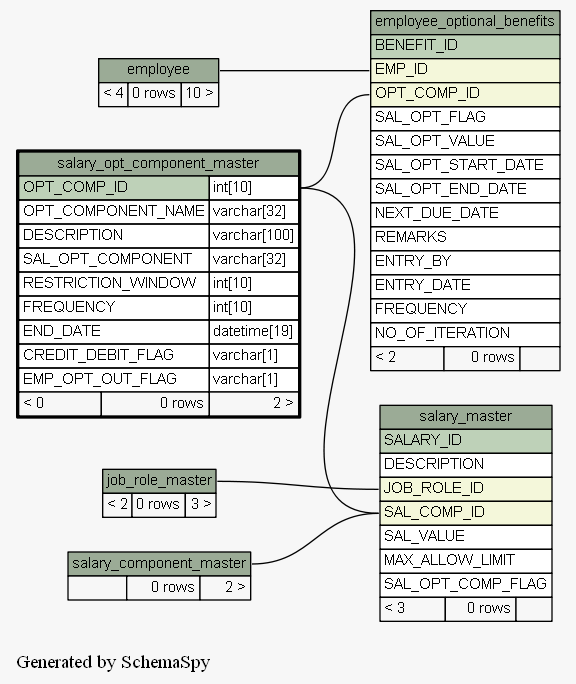
engineerscraft/hrms keeps this Graphviz diagram as docs/database/schemaspy/graphs/salary_opt_component_master.2degrees.png. Above is the earlier version. Its source is kept beside it as docs/database/schemaspy/graphs/salary_opt_component_master.2degrees.dot. Its diagram source:
```dot
digraph "twoDegreesRelationshipsGraph" {
  graph [
    rankdir="RL"
    bgcolor="#f7f7f7"
    label="\nGenerated by SchemaSpy"
    labeljust="l"
  ];
  node [
    fontname="Helvetica"
    fontsize="11"
    shape="plaintext"
  ];
  edge [
    arrowsize="0.8"
  ];
  "employee_optional_benefits":"EMP_ID":w -> "employee":"employee.heading":e [arrowtail=crowodot arrowhead=none];
  "employee_optional_benefits":"OPT_COMP_ID":w -> "salary_opt_component_master":"OPT_COMP_ID.type":e [arrowtail=crowodot arrowhead=none];
  "salary_master":"JOB_ROLE_ID":w -> "job_role_master":"job_role_master.heading":e [arrowtail=crowtee arrowhead=none];
  "salary_master":"SAL_COMP_ID":w -> "salary_component_master":"salary_component_master.heading":e [arrowtail=crowtee arrowhead=none];
  "salary_master":"SAL_COMP_ID":w -> "salary_opt_component_master":"OPT_COMP_ID.type":e [arrowtail=crowtee arrowhead=none];
  "employee" [
    label=<
    <TABLE BORDER="0" CELLBORDER="1" CELLSPACING="0" BGCOLOR="#ffffff">
      <TR><TD PORT="employee.heading" COLSPAN="3" BGCOLOR="#9bab96" ALIGN="CENTER">employee</TD></TR>
      <TR><TD ALIGN="LEFT" BGCOLOR="#f7f7f7">&lt; 4</TD><TD ALIGN="RIGHT" BGCOLOR="#f7f7f7">0 rows</TD><TD ALIGN="RIGHT" BGCOLOR="#f7f7f7">10 &gt;</TD></TR>
    </TABLE>>
    URL="employee.html#graph"
    tooltip="employee"
  ];
  "employee_optional_benefits" [
    label=<
    <TABLE BORDER="0" CELLBORDER="1" CELLSPACING="0" BGCOLOR="#ffffff">
      <TR><TD PORT="employee_optional_benefits.heading" COLSPAN="3" BGCOLOR="#9bab96" ALIGN="CENTER">employee_optional_benefits</TD></TR>
      <TR><TD PORT="BENEFIT_ID" COLSPAN="3" BGCOLOR="#bed1b8" ALIGN="LEFT">BENEFIT_ID</TD></TR>
      <TR><TD PORT="EMP_ID" COLSPAN="3" BGCOLOR="#f4f7da" ALIGN="LEFT">EMP_ID</TD></TR>
      <TR><TD PORT="OPT_COMP_ID" COLSPAN="3" BGCOLOR="#f4f7da" ALIGN="LEFT">OPT_COMP_ID</TD></TR>
      <TR><TD PORT="SAL_OPT_FLAG" COLSPAN="3" ALIGN="LEFT">SAL_OPT_FLAG</TD></TR>
      <TR><TD PORT="SAL_OPT_VALUE" COLSPAN="3" ALIGN="LEFT">SAL_OPT_VALUE</TD></TR>
      <TR><TD PORT="SAL_OPT_START_DATE" COLSPAN="3" ALIGN="LEFT">SAL_OPT_START_DATE</TD></TR>
      <TR><TD PORT="SAL_OPT_END_DATE" COLSPAN="3" ALIGN="LEFT">SAL_OPT_END_DATE</TD></TR>
      <TR><TD PORT="NEXT_DUE_DATE" COLSPAN="3" ALIGN="LEFT">NEXT_DUE_DATE</TD></TR>
      <TR><TD PORT="REMARKS" COLSPAN="3" ALIGN="LEFT">REMARKS</TD></TR>
      <TR><TD PORT="ENTRY_BY" COLSPAN="3" ALIGN="LEFT">ENTRY_BY</TD></TR>
      <TR><TD PORT="ENTRY_DATE" COLSPAN="3" ALIGN="LEFT">ENTRY_DATE</TD></TR>
      <TR><TD PORT="FREQUENCY" COLSPAN="3" ALIGN="LEFT">FREQUENCY</TD></TR>
      <TR><TD PORT="NO_OF_ITERATION" COLSPAN="3" ALIGN="LEFT">NO_OF_ITERATION</TD></TR>
      <TR><TD ALIGN="LEFT" BGCOLOR="#f7f7f7">&lt; 2</TD><TD ALIGN="RIGHT" BGCOLOR="#f7f7f7">0 rows</TD><TD ALIGN="RIGHT" BGCOLOR="#f7f7f7">  </TD></TR>
    </TABLE>>
    URL="employee_optional_benefits.html#graph"
    tooltip="employee_optional_benefits"
  ];
  "job_role_master" [
    label=<
    <TABLE BORDER="0" CELLBORDER="1" CELLSPACING="0" BGCOLOR="#ffffff">
      <TR><TD PORT="job_role_master.heading" COLSPAN="3" BGCOLOR="#9bab96" ALIGN="CENTER">job_role_master</TD></TR>
      <TR><TD ALIGN="LEFT" BGCOLOR="#f7f7f7">&lt; 2</TD><TD ALIGN="RIGHT" BGCOLOR="#f7f7f7">0 rows</TD><TD ALIGN="RIGHT" BGCOLOR="#f7f7f7">3 &gt;</TD></TR>
    </TABLE>>
    URL="job_role_master.html#graph"
    tooltip="job_role_master"
  ];
  "salary_component_master" [
    label=<
    <TABLE BORDER="0" CELLBORDER="1" CELLSPACING="0" BGCOLOR="#ffffff">
      <TR><TD PORT="salary_component_master.heading" COLSPAN="3" BGCOLOR="#9bab96" ALIGN="CENTER">salary_component_master</TD></TR>
      <TR><TD ALIGN="LEFT" BGCOLOR="#f7f7f7">  </TD><TD ALIGN="RIGHT" BGCOLOR="#f7f7f7">0 rows</TD><TD ALIGN="RIGHT" BGCOLOR="#f7f7f7">2 &gt;</TD></TR>
    </TABLE>>
    URL="salary_component_master.html#graph"
    tooltip="salary_component_master"
  ];
  "salary_master" [
    label=<
    <TABLE BORDER="0" CELLBORDER="1" CELLSPACING="0" BGCOLOR="#ffffff">
      <TR><TD PORT="salary_master.heading" COLSPAN="3" BGCOLOR="#9bab96" ALIGN="CENTER">salary_master</TD></TR>
      <TR><TD PORT="SALARY_ID" COLSPAN="3" BGCOLOR="#bed1b8" ALIGN="LEFT">SALARY_ID</TD></TR>
      <TR><TD PORT="DESCRIPTION" COLSPAN="3" ALIGN="LEFT">DESCRIPTION</TD></TR>
      <TR><TD PORT="JOB_ROLE_ID" COLSPAN="3" BGCOLOR="#f4f7da" ALIGN="LEFT">JOB_ROLE_ID</TD></TR>
      <TR><TD PORT="SAL_COMP_ID" COLSPAN="3" BGCOLOR="#f4f7da" ALIGN="LEFT">SAL_COMP_ID</TD></TR>
      <TR><TD PORT="SAL_VALUE" COLSPAN="3" ALIGN="LEFT">SAL_VALUE</TD></TR>
      <TR><TD PORT="MAX_ALLOW_LIMIT" COLSPAN="3" ALIGN="LEFT">MAX_ALLOW_LIMIT</TD></TR>
      <TR><TD PORT="SAL_OPT_COMP_FLAG" COLSPAN="3" ALIGN="LEFT">SAL_OPT_COMP_FLAG</TD></TR>
      <TR><TD ALIGN="LEFT" BGCOLOR="#f7f7f7">&lt; 3</TD><TD ALIGN="RIGHT" BGCOLOR="#f7f7f7">0 rows</TD><TD ALIGN="RIGHT" BGCOLOR="#f7f7f7">  </TD></TR>
    </TABLE>>
    URL="salary_master.html#graph"
    tooltip="salary_master"
  ];
  "salary_opt_component_master" [
    label=<
    <TABLE BORDER="2" CELLBORDER="1" CELLSPACING="0" BGCOLOR="#ffffff">
      <TR><TD PORT="salary_opt_component_master.heading" COLSPAN="3" BGCOLOR="#9bab96" ALIGN="CENTER">salary_opt_component_master</TD></TR>
      <TR><TD PORT="OPT_COMP_ID" COLSPAN="2" BGCOLOR="#bed1b8" ALIGN="LEFT">OPT_COMP_ID</TD><TD PORT="OPT_COMP_ID.type" ALIGN="LEFT">int[10]</TD></TR>
      <TR><TD PORT="OPT_COMPONENT_NAME" COLSPAN="2" ALIGN="LEFT">OPT_COMPONENT_NAME</TD><TD PORT="OPT_COMPONENT_NAME.type" ALIGN="LEFT">varchar[32]</TD></TR>
      <TR><TD PORT="DESCRIPTION" COLSPAN="2" ALIGN="LEFT">DESCRIPTION</TD><TD PORT="DESCRIPTION.type" ALIGN="LEFT">varchar[100]</TD></TR>
      <TR><TD PORT="SAL_OPT_COMPONENT" COLSPAN="2" ALIGN="LEFT">SAL_OPT_COMPONENT</TD><TD PORT="SAL_OPT_COMPONENT.type" ALIGN="LEFT">varchar[32]</TD></TR>
      <TR><TD PORT="RESTRICTION_WINDOW" COLSPAN="2" ALIGN="LEFT">RESTRICTION_WINDOW</TD><TD PORT="RESTRICTION_WINDOW.type" ALIGN="LEFT">int[10]</TD></TR>
      <TR><TD PORT="FREQUENCY" COLSPAN="2" ALIGN="LEFT">FREQUENCY</TD><TD PORT="FREQUENCY.type" ALIGN="LEFT">int[10]</TD></TR>
      <TR><TD PORT="END_DATE" COLSPAN="2" ALIGN="LEFT">END_DATE</TD><TD PORT="END_DATE.type" ALIGN="LEFT">datetime[19]</TD></TR>
      <TR><TD PORT="CREDIT_DEBIT_FLAG" COLSPAN="2" ALIGN="LEFT">CREDIT_DEBIT_FLAG</TD><TD PORT="CREDIT_DEBIT_FLAG.type" ALIGN="LEFT">varchar[1]</TD></TR>
      <TR><TD PORT="EMP_OPT_OUT_FLAG" COLSPAN="2" ALIGN="LEFT">EMP_OPT_OUT_FLAG</TD><TD PORT="EMP_OPT_OUT_FLAG.type" ALIGN="LEFT">varchar[1]</TD></TR>
      <TR><TD ALIGN="LEFT" BGCOLOR="#f7f7f7">&lt; 0</TD><TD ALIGN="RIGHT" BGCOLOR="#f7f7f7">0 rows</TD><TD ALIGN="RIGHT" BGCOLOR="#f7f7f7">2 &gt;</TD></TR>
    </TABLE>>
    URL="salary_opt_component_master.html#"
    tooltip="salary_opt_component_master"
  ];
}
```
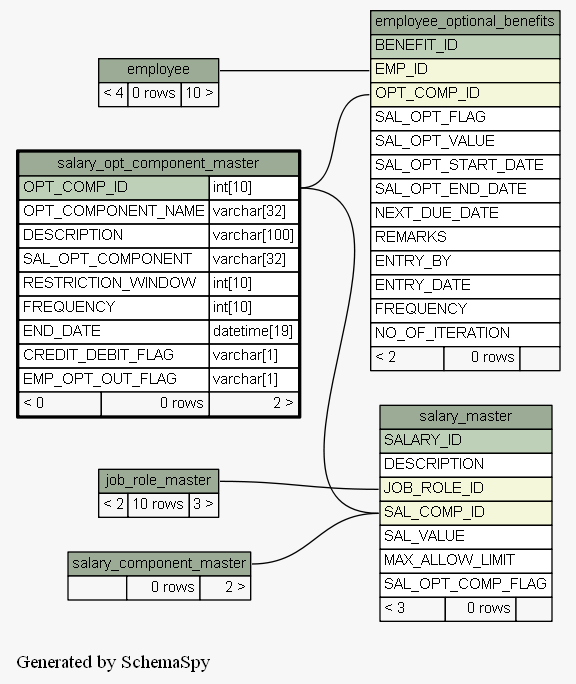
After the change.

Diff of the diagram source:
```diff
@@ -53,7 +53,7 @@
     label=<
     <TABLE BORDER="0" CELLBORDER="1" CELLSPACING="0" BGCOLOR="#ffffff">
       <TR><TD PORT="job_role_master.heading" COLSPAN="3" BGCOLOR="#9bab96" ALIGN="CENTER">job_role_master</TD></TR>
-      <TR><TD ALIGN="LEFT" BGCOLOR="#f7f7f7">&lt; 2</TD><TD ALIGN="RIGHT" BGCOLOR="#f7f7f7">0 rows</TD><TD ALIGN="RIGHT" BGCOLOR="#f7f7f7">3 &gt;</TD></TR>
+      <TR><TD ALIGN="LEFT" BGCOLOR="#f7f7f7">&lt; 2</TD><TD ALIGN="RIGHT" BGCOLOR="#f7f7f7">10 rows</TD><TD ALIGN="RIGHT" BGCOLOR="#f7f7f7">3 &gt;</TD></TR>
     </TABLE>>
     URL="job_role_master.html#graph"
     tooltip="job_role_master"
```
